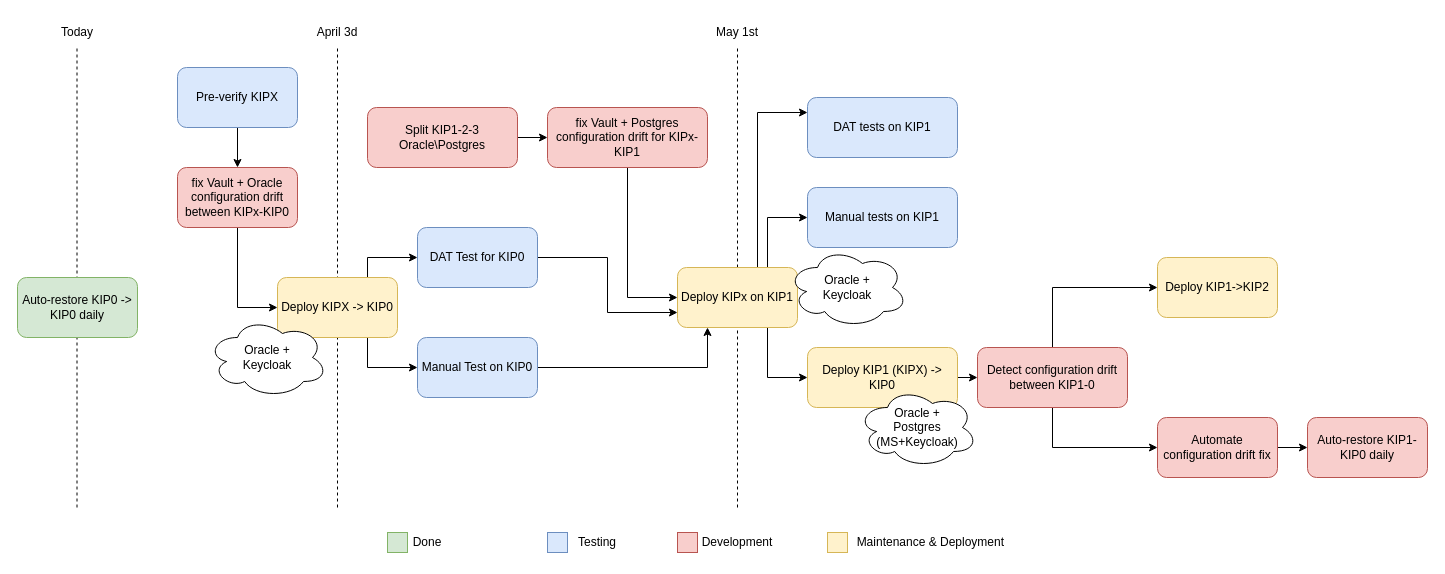
Earlier version of the draw.io diagram Untitled Diagram.drawio (SergeyDz/draw.io). Source tidied: cells renumbered, new cells numbered last; positions are measured from the earlier drawing's top-left corner, leaving out a move shared by most shapes. Both pictures are drawn from the tidied source at 100%, with x=0, y=0 at pixel (17, 17).
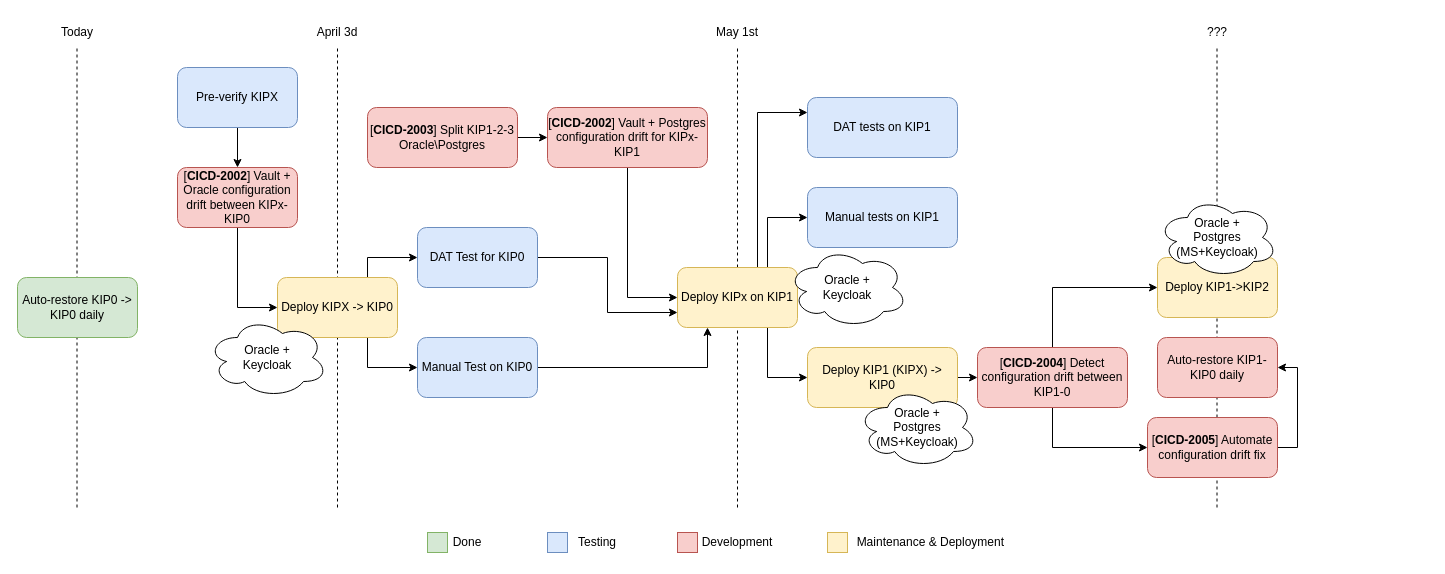
The same diagram, later.

What changed in the source:
```diff
@@
+    <mxCell id="50" style="endArrow=none;dashed=1;html=1;rounded=0;" parent="1" edge="1">
+      <mxGeometry relative="1" as="geometry">
+        <mxPoint x="1199.5" y="490" as="sourcePoint" />
+        <mxPoint x="1199.5" y="30" as="targetPoint" />
+      </mxGeometry>
+    </mxCell>
@@
-    <mxCell id="5" value="fix Vault + Oracle configuration drift between KIPx-KIP0" style="rounded=1;whiteSpace=wrap;html=1;fillColor=#f8cecc;strokeColor=#b85450;" parent="1" vertex="1">
+    <mxCell id="5" value="[&lt;b&gt;CICD-2002&lt;/b&gt;] Vault + Oracle configuration drift between KIPx-KIP0" style="rounded=1;whiteSpace=wrap;html=1;fillColor=#f8cecc;strokeColor=#b85450;" parent="1" vertex="1">
       <mxGeometry x="160" y="150" width="120" height="60" as="geometry" />
     </mxCell>
@@
-    <mxCell id="18" value="Split KIP1-2-3 Oracle\Postgres" style="rounded=1;whiteSpace=wrap;html=1;fillColor=#f8cecc;strokeColor=#b85450;" parent="1" vertex="1">
+    <mxCell id="18" value="[&lt;b&gt;CICD-2003&lt;/b&gt;] Split KIP1-2-3 Oracle\Postgres" style="rounded=1;whiteSpace=wrap;html=1;fillColor=#f8cecc;strokeColor=#b85450;" parent="1" vertex="1">
       <mxGeometry x="350" y="90" width="150" height="60" as="geometry" />
     </mxCell>
@@
-    <mxCell id="20" value="fix Vault + Postgres configuration drift for KIPx-KIP1" style="rounded=1;whiteSpace=wrap;html=1;fillColor=#f8cecc;strokeColor=#b85450;" parent="1" vertex="1">
+    <mxCell id="20" value="[&lt;b&gt;CICD-2002&lt;/b&gt;] Vault + Postgres configuration drift for KIPx-KIP1" style="rounded=1;whiteSpace=wrap;html=1;fillColor=#f8cecc;strokeColor=#b85450;" parent="1" vertex="1">
       <mxGeometry x="530" y="90" width="160" height="60" as="geometry" />
     </mxCell>
@@
-    <mxCell id="31" value="Detect configuration drift between KIP1-0" style="rounded=1;whiteSpace=wrap;html=1;fillColor=#f8cecc;strokeColor=#b85450;" parent="1" vertex="1">
+    <mxCell id="31" value="[&lt;b&gt;CICD-2004&lt;/b&gt;] Detect configuration drift between KIP1-0" style="rounded=1;whiteSpace=wrap;html=1;fillColor=#f8cecc;strokeColor=#b85450;" parent="1" vertex="1">
       <mxGeometry x="960" y="330" width="150" height="60" as="geometry" />
     </mxCell>
@@
-    <mxCell id="33" style="edgeStyle=orthogonalEdgeStyle;rounded=0;jettySize=auto;html=1;exitX=1;exitY=0.5;exitDx=0;exitDy=0;entryX=0;entryY=0.5;entryDx=0;entryDy=0;" parent="1" edge="1" source="34" target="35">
+    <mxCell id="33" style="edgeStyle=orthogonalEdgeStyle;rounded=0;jettySize=auto;html=1;exitX=1;exitY=0.5;exitDx=0;exitDy=0;entryX=1;entryY=0.5;entryDx=0;entryDy=0;" parent="1" edge="1" source="34" target="35">
       <mxGeometry relative="1" as="geometry" />
     </mxCell>
-    <mxCell id="34" value="Automate configuration drift fix" style="rounded=1;whiteSpace=wrap;html=1;fillColor=#f8cecc;strokeColor=#b85450;" parent="1" vertex="1">
-      <mxGeometry x="1140" y="400" width="120" height="60" as="geometry" />
+    <mxCell id="34" value="[&lt;b&gt;CICD-2005&lt;/b&gt;] Automate configuration drift fix" style="rounded=1;whiteSpace=wrap;html=1;fillColor=#f8cecc;strokeColor=#b85450;" parent="1" vertex="1">
+      <mxGeometry x="1130" y="400" width="130" height="60" as="geometry" />
     </mxCell>
     <mxCell id="35" value="Auto-restore KIP1-KIP0 daily" style="rounded=1;whiteSpace=wrap;html=1;fillColor=#f8cecc;strokeColor=#b85450;" parent="1" vertex="1">
-      <mxGeometry x="1290" y="400" width="120" height="60" as="geometry" />
+      <mxGeometry x="1140" y="320" width="120" height="60" as="geometry" />
     </mxCell>
@@
     <mxCell id="39" style="rounded=0;whiteSpace=wrap;html=1;fillColor=#d5e8d4;strokeColor=#82b366;" parent="1" vertex="1">
-      <mxGeometry x="370" y="515" width="20" height="20" as="geometry" />
+      <mxGeometry x="410" y="515" width="20" height="20" as="geometry" />
     </mxCell>
@@
     <mxCell id="43" value="Done" style="text;strokeColor=none;align=center;fillColor=none;html=1;verticalAlign=middle;whiteSpace=wrap;rounded=0;" parent="1" vertex="1">
-      <mxGeometry x="380" y="510" width="60" height="30" as="geometry" />
+      <mxGeometry x="420" y="510" width="60" height="30" as="geometry" />
     </mxCell>
@@
+    <mxCell id="51" value="Oracle + &lt;br&gt;Postgres (MS+Keycloak)" style="ellipse;shape=cloud;whiteSpace=wrap;html=1;" parent="1" vertex="1">
+      <mxGeometry x="1140" y="180" width="120" height="80" as="geometry" />
+    </mxCell>
+    <mxCell id="52" value="???" style="text;strokeColor=none;align=center;fillColor=none;html=1;verticalAlign=middle;whiteSpace=wrap;rounded=0;" parent="1" vertex="1">
+      <mxGeometry x="1170" width="60" height="30" as="geometry" />
+    </mxCell>
```
